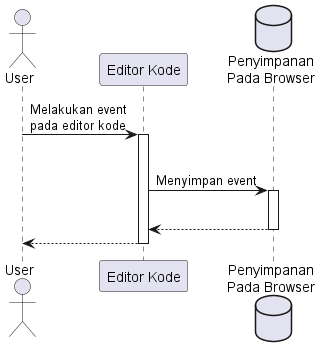
Before: doc/DokumenSkripsi/Gambar/analisis/seqdia_rekam.png, a diagram exported from PlantUML (AndreasRonaldi/Skripsi).
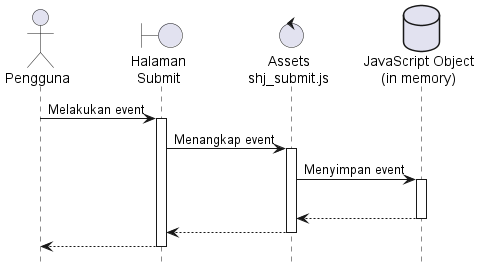
After the change.

Commit message:
[3] add analisis assets and change format diagram to be uml

What changed in the source:
```diff
@@ -1,21 +1,27 @@
 @startuml seqdia_rekam
-actor       User       as user
-participant "Editor Kode" as ek
-database "Penyimpanan\nPada Browser" as bw
 
-user -> ek : Melakukan event\npada editor kode
-activate ek
+hide footbox
+
+actor       Pengguna       as user
+boundary "Halaman\nSubmit" as front
+control "Assets\nshj_submit.js" as js
+database "JavaScript Object\n(in memory)" as db
+
+user -> front : Melakukan event
+activate front
+
+front -> js : Menangkap event
+activate js
+
+js -> db : Menyimpan event
+activate db
 |||
+db --> js
+deactivate db
 
-ek -> bw : Menyimpan event
-activate bw
-|||
-bw --> ek
-deactivate bw
+return
+return
 
-
-ek --> user :
-deactivate ek
 
 
 
```
